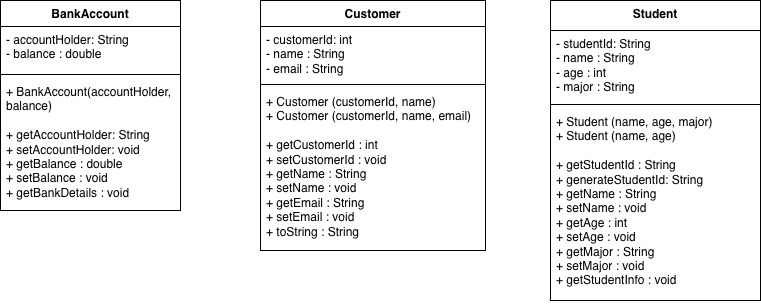
This is uml-class-diagram.drawio.png from SangeethaNachimuthu/OOP-Exercises, a draw.io export, as it was before one commit. Source tidied: cells renumbered, new cells last; positions are measured from the earlier drawing's top-left corner, leaving out a move shared by most shapes.
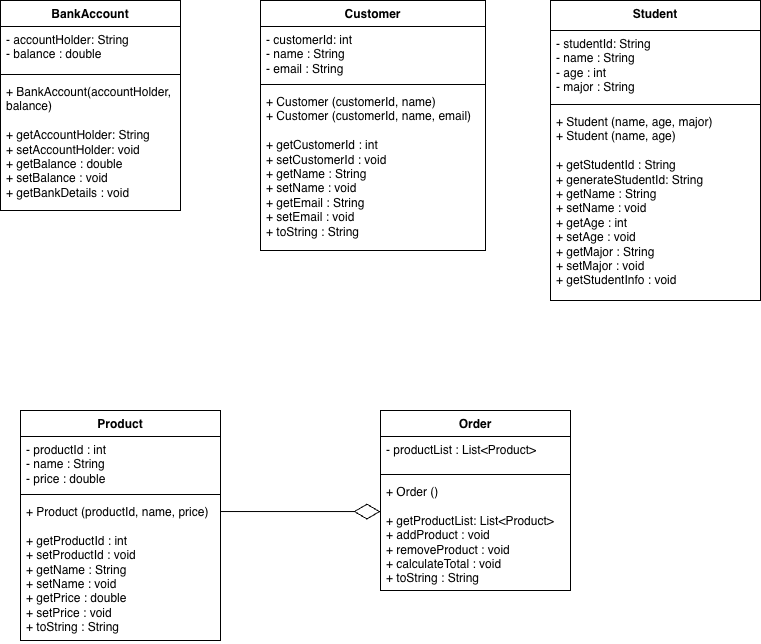
The same file after the commit.

Commit message:
Add Order class and update main file

The edit, as a diff of the source:
```diff
@@ -38,5 +38,35 @@
     <mxCell id="13" value="+ Student (name, age, major)&lt;div&gt;+ Student (name, age)&lt;/div&gt;&lt;div&gt;&lt;br&gt;&lt;/div&gt;&lt;div&gt;+ getStudentId : String&lt;/div&gt;&lt;div&gt;+ generateStudentId: String&lt;/div&gt;&lt;div&gt;+ getName : String&lt;/div&gt;&lt;div&gt;+ setName : void&lt;/div&gt;&lt;div&gt;+ getAge : int&lt;/div&gt;&lt;div&gt;+ setAge : void&lt;/div&gt;&lt;div&gt;+ getMajor : String&lt;/div&gt;&lt;div&gt;+ setMajor : void&lt;/div&gt;&lt;div&gt;+ getStudentInfo : void&lt;/div&gt;" style="text;strokeColor=none;fillColor=none;align=left;verticalAlign=top;spacingLeft=4;spacingRight=4;overflow=hidden;whiteSpace=wrap;html=1;" parent="10" vertex="1">
       <mxGeometry y="108" width="210" height="192" as="geometry" />
     </mxCell>
+    <mxCell id="14" value="Product" style="swimlane;fontStyle=1;align=center;verticalAlign=top;horizontal=1;startSize=26;whiteSpace=wrap;html=1;" parent="1" vertex="1">
+      <mxGeometry x="20" y="410" width="200" height="230" as="geometry" />
+    </mxCell>
+    <mxCell id="15" value="- productId : int&lt;div&gt;- name : String&lt;/div&gt;&lt;div&gt;- price : double&lt;/div&gt;" style="text;strokeColor=none;fillColor=none;align=left;verticalAlign=top;spacingLeft=4;spacingRight=4;overflow=hidden;whiteSpace=wrap;html=1;" parent="14" vertex="1">
+      <mxGeometry y="26" width="200" height="54" as="geometry" />
+    </mxCell>
+    <mxCell id="16" style="line;strokeWidth=1;fillColor=none;align=left;verticalAlign=middle;spacingTop=-1;spacingLeft=3;spacingRight=3;labelPosition=right;strokeColor=inherit;" parent="14" vertex="1">
+      <mxGeometry y="80" width="200" height="8" as="geometry" />
+    </mxCell>
+    <mxCell id="17" value="+ Product (productId, name, price)&lt;div&gt;&lt;br&gt;&lt;/div&gt;&lt;div&gt;+ getProductId : int&lt;/div&gt;&lt;div&gt;+ setProductId : void&lt;/div&gt;&lt;div&gt;+ getName : String&lt;/div&gt;&lt;div&gt;+ setName : void&lt;/div&gt;&lt;div&gt;+ getPrice : double&lt;/div&gt;&lt;div&gt;+ setPrice : void&lt;/div&gt;&lt;div&gt;+ toString : String&lt;/div&gt;" style="text;strokeColor=none;fillColor=none;align=left;verticalAlign=top;spacingLeft=4;spacingRight=4;overflow=hidden;whiteSpace=wrap;html=1;" parent="14" vertex="1">
+      <mxGeometry y="88" width="200" height="142" as="geometry" />
+    </mxCell>
+    <mxCell id="18" value="Order" style="swimlane;fontStyle=1;align=center;verticalAlign=top;horizontal=1;startSize=26;whiteSpace=wrap;html=1;" parent="1" vertex="1">
+      <mxGeometry x="380" y="410" width="190" height="180" as="geometry" />
+    </mxCell>
+    <mxCell id="19" value="- productList : List&amp;lt;Product&amp;gt;" style="text;strokeColor=none;fillColor=none;align=left;verticalAlign=top;spacingLeft=4;spacingRight=4;overflow=hidden;whiteSpace=wrap;html=1;" parent="18" vertex="1">
+      <mxGeometry y="26" width="190" height="34" as="geometry" />
+    </mxCell>
+    <mxCell id="20" style="line;strokeWidth=1;fillColor=none;align=left;verticalAlign=middle;spacingTop=-1;spacingLeft=3;spacingRight=3;labelPosition=right;strokeColor=inherit;" parent="18" vertex="1">
+      <mxGeometry y="60" width="190" height="8" as="geometry" />
+    </mxCell>
+    <mxCell id="21" value="+ Order ()&lt;div&gt;&lt;br&gt;&lt;/div&gt;&lt;div&gt;+ getProductList: List&amp;lt;Product&amp;gt;&lt;/div&gt;&lt;div&gt;+ addProduct : void&lt;/div&gt;&lt;div&gt;+ removeProduct : void&lt;/div&gt;&lt;div&gt;+ calculateTotal : void&lt;/div&gt;&lt;div&gt;+ toString : String&lt;/div&gt;" style="text;strokeColor=none;fillColor=none;align=left;verticalAlign=top;spacingLeft=4;spacingRight=4;overflow=hidden;whiteSpace=wrap;html=1;" parent="18" vertex="1">
+      <mxGeometry y="68" width="190" height="112" as="geometry" />
+    </mxCell>
+    <mxCell id="22" style="endArrow=diamondThin;endFill=0;endSize=24;html=1;rounded=0;exitX=0.985;exitY=0.303;exitDx=0;exitDy=0;exitPerimeter=0;entryX=-0.016;entryY=0.563;entryDx=0;entryDy=0;entryPerimeter=0;" parent="1" edge="1">
+      <mxGeometry relative="1" as="geometry">
+        <mxPoint x="220" y="511" as="sourcePoint" />
+        <mxPoint x="380" y="511.1" as="targetPoint" />
+      </mxGeometry>
+    </mxCell>
   </root>
 </mxGraphModel>
```
